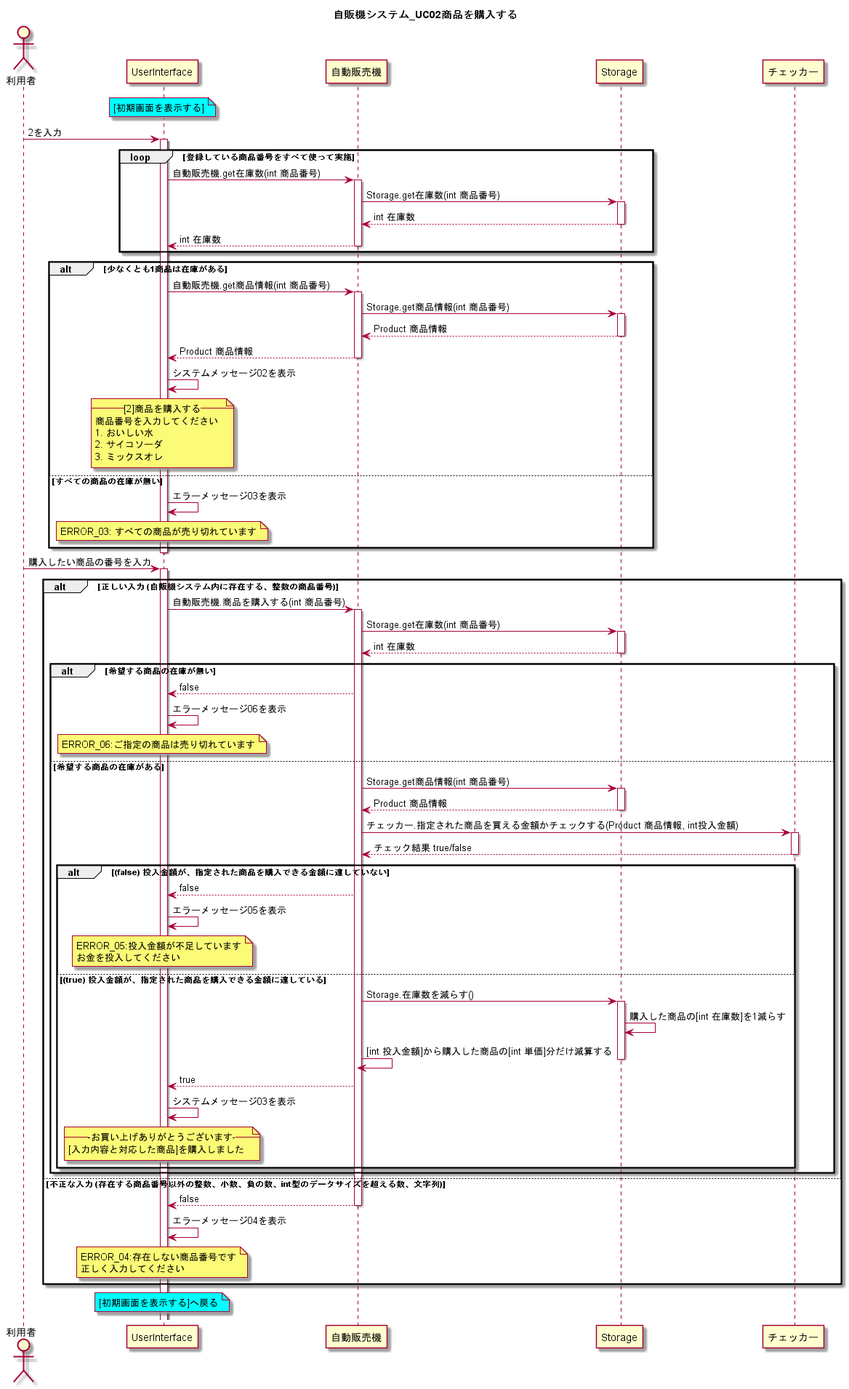
Before: UML_class_sequence/自販機システム_UC02商品を購入する.png, a diagram exported from PlantUML (W-Nakayama-24/VendingMachine_CUI).
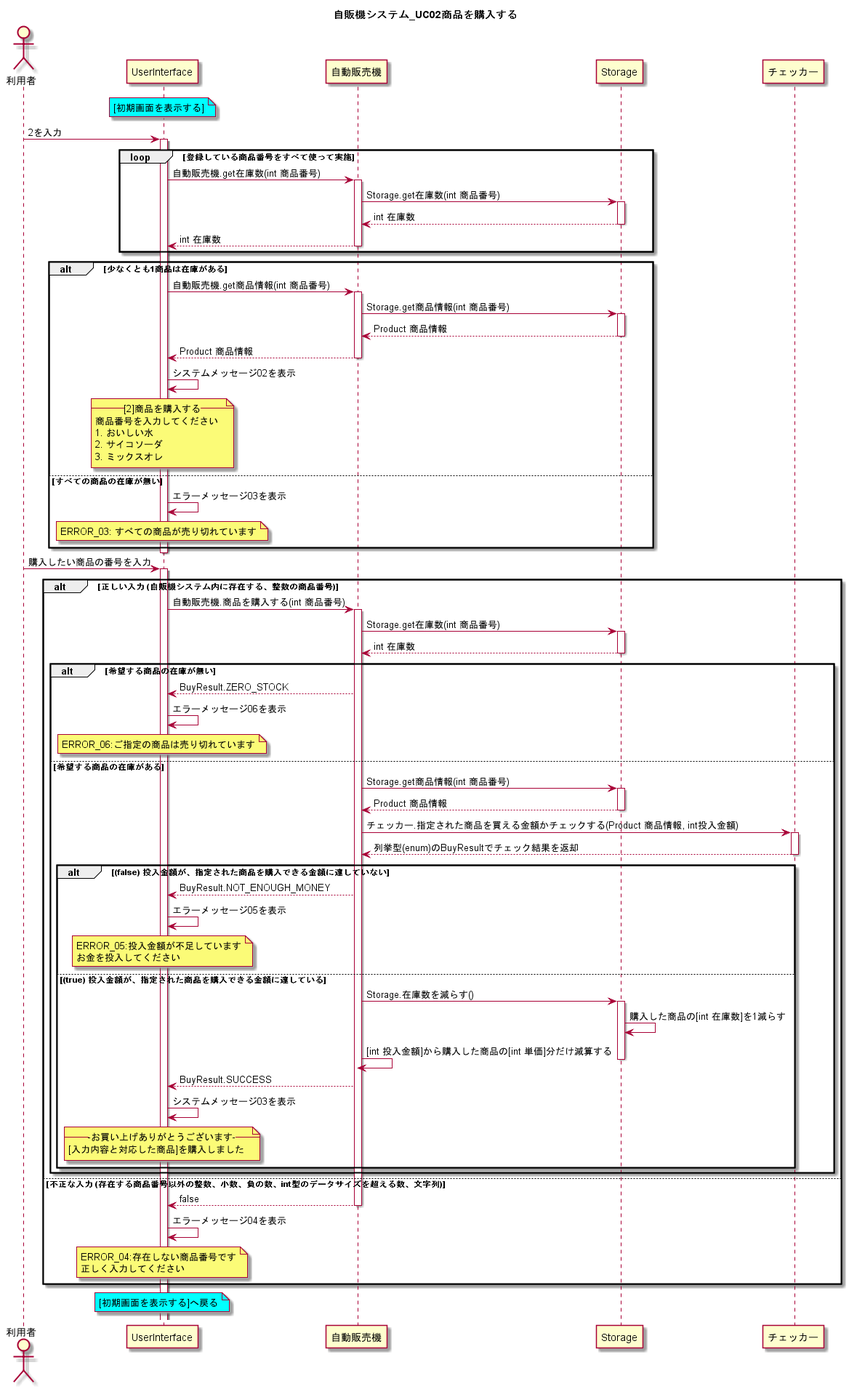
Above is the later version.

Diff of the diagram source:
```diff
@@ -65,7 +65,7 @@
 
     alt 希望する商品の在庫が無い
 
-        UserInterface <-- 自動販売機 : false
+        UserInterface <-- 自動販売機 : BuyResult.ZERO_STOCK
         UserInterface -> UserInterface : エラーメッセージ06を表示
         note over UserInterface
         ERROR_06:ご指定の商品は売り切れています
@@ -81,12 +81,12 @@
 
         自動販売機 -> チェッカー : チェッカー.指定された商品を買える金額かチェックする(Product 商品情報, int投入金額)
         activate チェッカー
-        自動販売機 <-- チェッカー : チェック結果 true/false
+        自動販売機 <-- チェッカー : 列挙型(enum)のBuyResultでチェック結果を返却
         deactivate チェッカー
 
         alt (false) 投入金額が、指定された商品を購入できる金額に達していない
 
-            UserInterface <-- 自動販売機 : false
+            UserInterface <-- 自動販売機 : BuyResult.NOT_ENOUGH_MONEY
             UserInterface -> UserInterface : エラーメッセージ05を表示
             note over UserInterface
             ERROR_05:投入金額が不足しています
@@ -100,7 +100,7 @@
             Storage -> Storage : 購入した商品の[int 在庫数]を1減らす
             自動販売機 -> 自動販売機 : [int 投入金額]から購入した商品の[int 単価]分だけ減算する
             deactivate Storage
-            UserInterface <-- 自動販売機 : true
+            UserInterface <-- 自動販売機 : BuyResult.SUCCESS
 
             UserInterface -> UserInterface : システムメッセージ03を表示
             note over UserInterface
```
